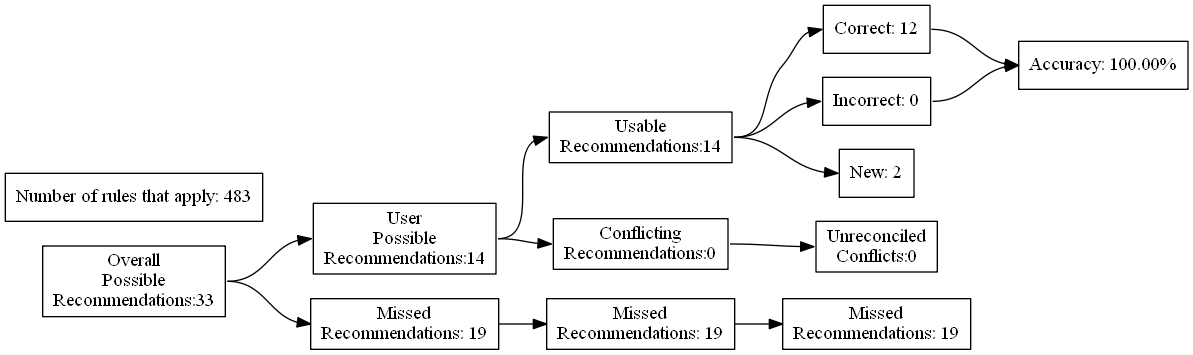
Earlier version of the Graphviz export test_renders/64.gv.png (ZaxR/ibd_diet_analysis). Its source is kept beside it as test_renders/64.gv.
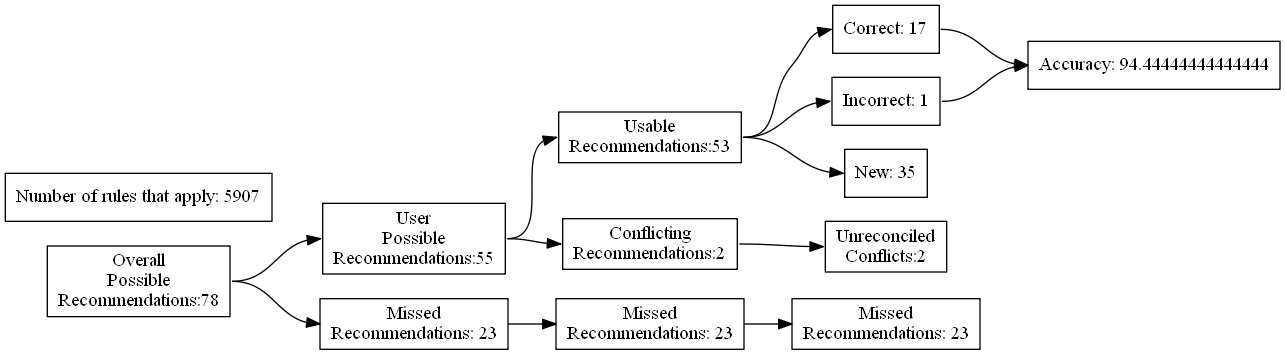
After the change.

What changed in the source:
```diff
@@ -4,27 +4,27 @@
 	edge [headport=w tailport=e]
 		A [label="Overall
 Possible
-Recommendations:33"]
+Recommendations:78"]
 		B [label="User
 Possible
-Recommendations:14"]
+Recommendations:55"]
 		C [label="Missed
-Recommendations: 19"]
+Recommendations: 23"]
 		D [label="Usable
-Recommendations:14"]
+Recommendations:53"]
 		E [label="Conflicting
-Recommendations:0"]
+Recommendations:2"]
 		J [label="Missed
-Recommendations: 19"]
+Recommendations: 23"]
 		M [label="Unreconciled
-Conflicts:0"]
-		F [label="Correct: 12"]
-		G [label="Incorrect: 0"]
-		H [label="New: 2"]
+Conflicts:2"]
+		F [label="Correct: 17"]
+		G [label="Incorrect: 1"]
+		H [label="New: 35"]
 		K [label="Missed
-Recommendations: 19"]
-		I [label="Accuracy: 100.00%"]
-		l [label="Number of rules that apply: 483"]
+Recommendations: 23"]
+		I [label="Accuracy: 94.44444444444444"]
+		l [label="Number of rules that apply: 5907"]
 			A -> B
 			A -> C
 			B -> D
```
